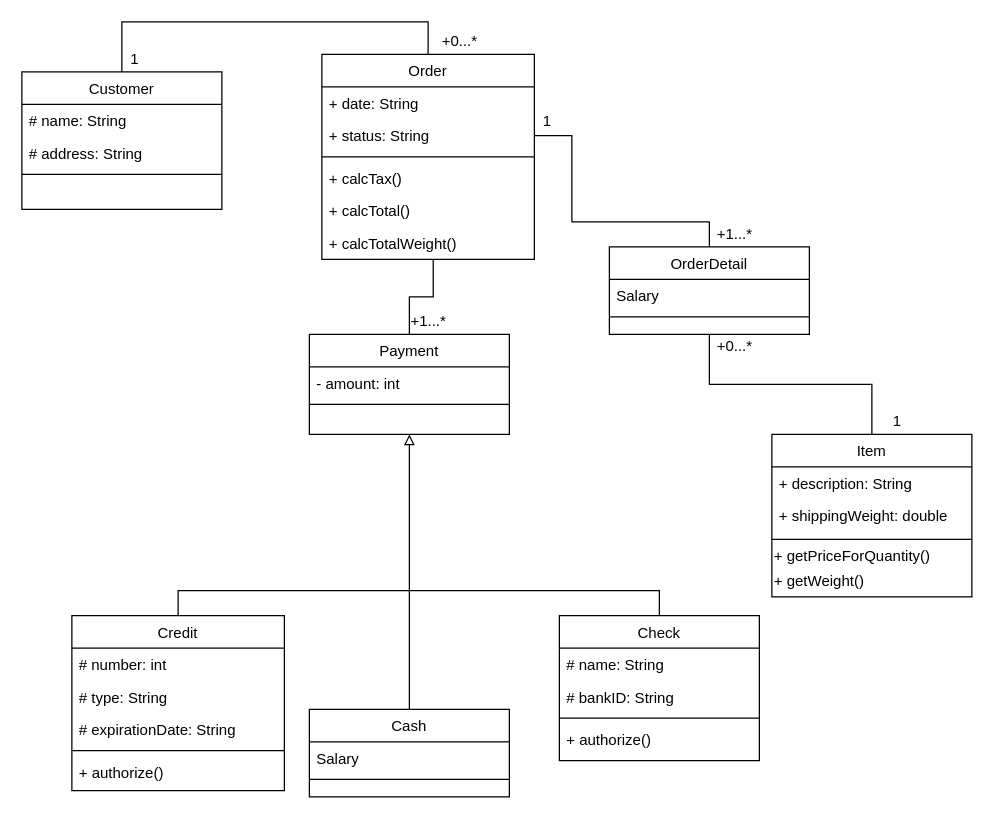
The draw.io diagram UML lab .drawio in hek5118/hek5118-311-test-repo, before the edit. Source tidied: cells renumbered, new cells numbered last; positions are measured from the earlier drawing's top-left corner, leaving out a move shared by most shapes. Both pictures are drawn from the tidied source at 125%, with x=0, y=0 at pixel (21, 21).
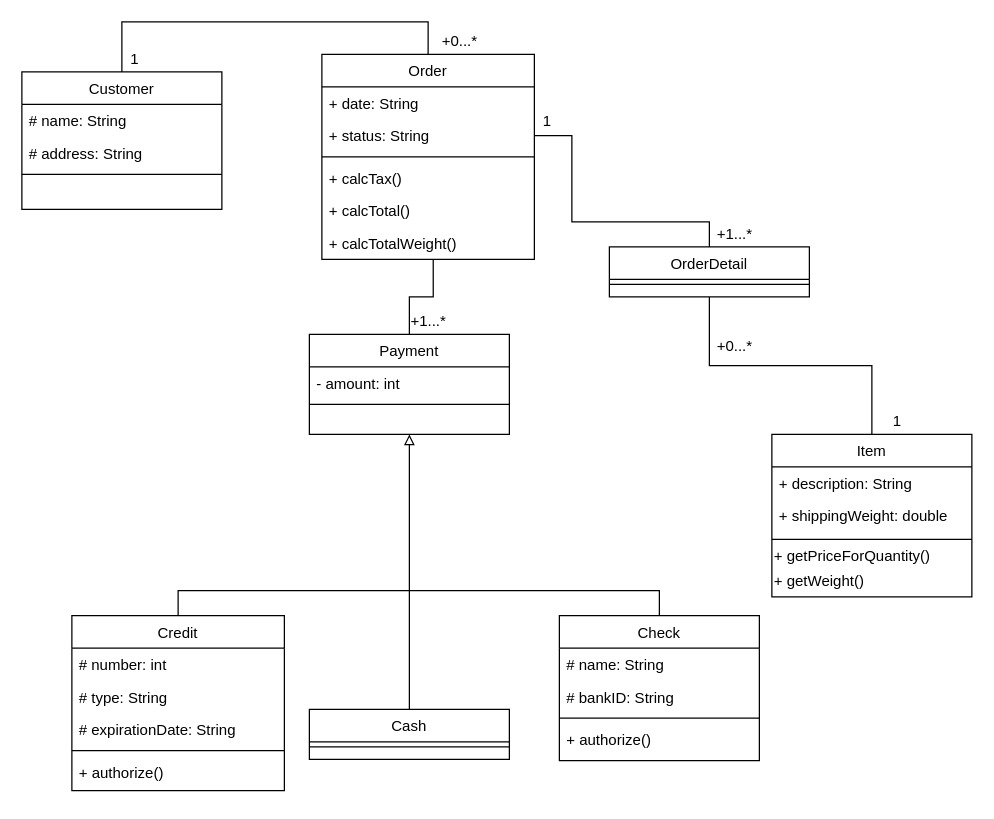
The same page after the edit.

The edit, as a diff of the source:
```diff
@@
     <mxCell id="21" value="Cash" style="swimlane;fontStyle=0;align=center;verticalAlign=top;horizontal=1;startSize=26;rounded=0;shadow=0;strokeWidth=1;" parent="1" vertex="1">
-      <mxGeometry x="230" y="550" width="160" height="70" as="geometry" />
+      <mxGeometry x="230" y="550" width="160" height="40" as="geometry" />
     </mxCell>
-    <mxCell id="22" value="Salary" style="text;align=left;verticalAlign=top;spacingLeft=4;spacingRight=4;overflow=hidden;" parent="21" vertex="1">
-      <mxGeometry y="26" width="160" height="26" as="geometry" />
-    </mxCell>
     <mxCell id="23" style="line;html=1;strokeWidth=1;align=left;verticalAlign=middle;spacingTop=-1;spacingLeft=3;spacingRight=3;labelPosition=right;" parent="21" vertex="1">
-      <mxGeometry y="52" width="160" height="8" as="geometry" />
+      <mxGeometry y="26" width="160" height="8" as="geometry" />
     </mxCell>
@@
     <mxCell id="31" value="OrderDetail" style="swimlane;fontStyle=0;align=center;verticalAlign=top;horizontal=1;startSize=26;rounded=0;shadow=0;strokeWidth=1;" parent="1" vertex="1">
-      <mxGeometry x="470" y="180" width="160" height="70" as="geometry" />
+      <mxGeometry x="470" y="180" width="160" height="40" as="geometry" />
     </mxCell>
-    <mxCell id="32" value="Salary" style="text;align=left;verticalAlign=top;spacingLeft=4;spacingRight=4;overflow=hidden;" parent="31" vertex="1">
-      <mxGeometry y="26" width="160" height="26" as="geometry" />
-    </mxCell>
     <mxCell id="33" style="line;html=1;strokeWidth=1;align=left;verticalAlign=middle;spacingTop=-1;spacingLeft=3;spacingRight=3;labelPosition=right;" parent="31" vertex="1">
-      <mxGeometry y="52" width="160" height="8" as="geometry" />
+      <mxGeometry y="26" width="160" height="8" as="geometry" />
     </mxCell>
```
